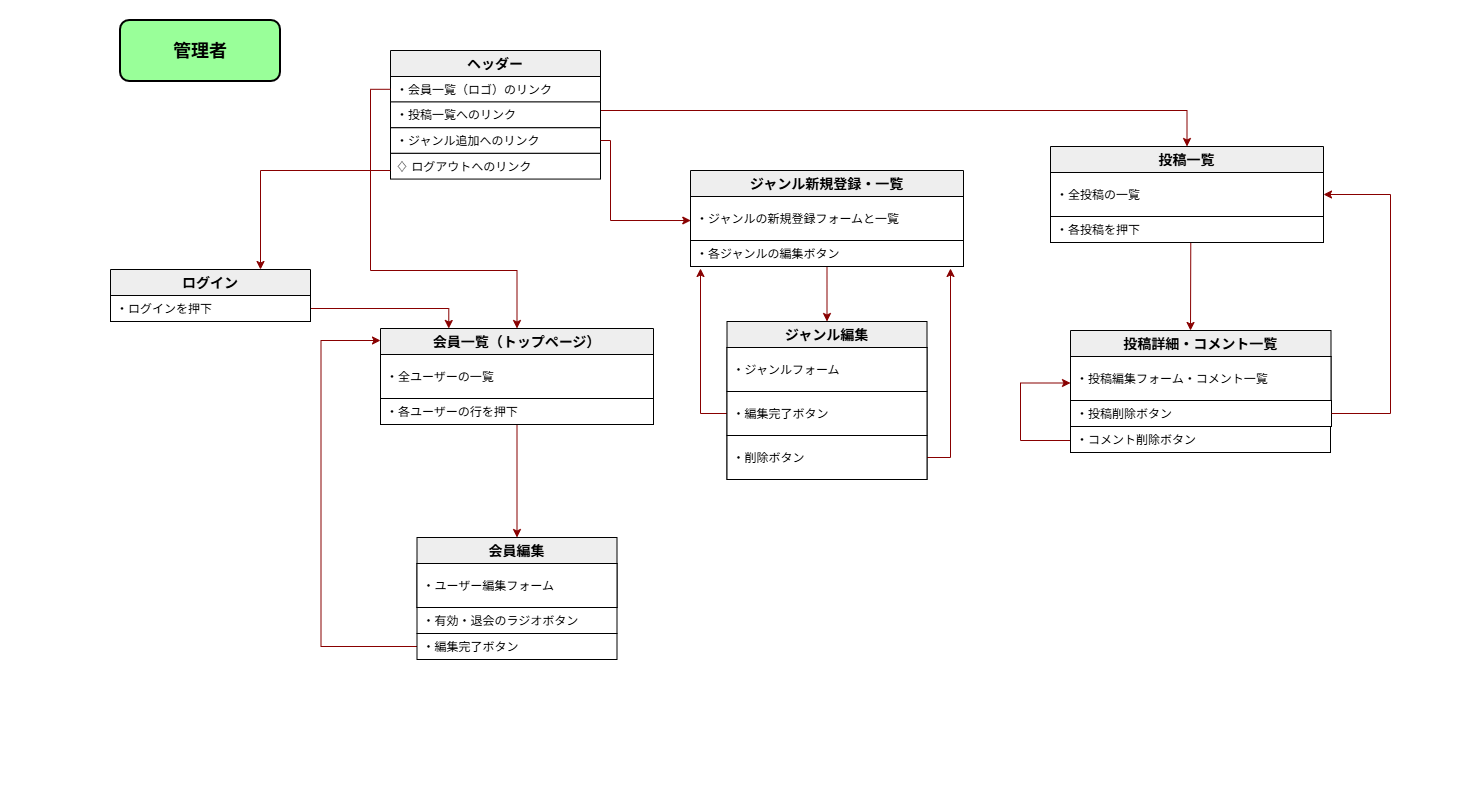
Earlier version of the draw.io export docs/images/UIFlows_管理者.drawio.png (zassi-17/GATS). Source tidied: cells renumbered, new cells last; positions are measured from the earlier drawing's top-left corner, leaving out a move shared by most shapes.
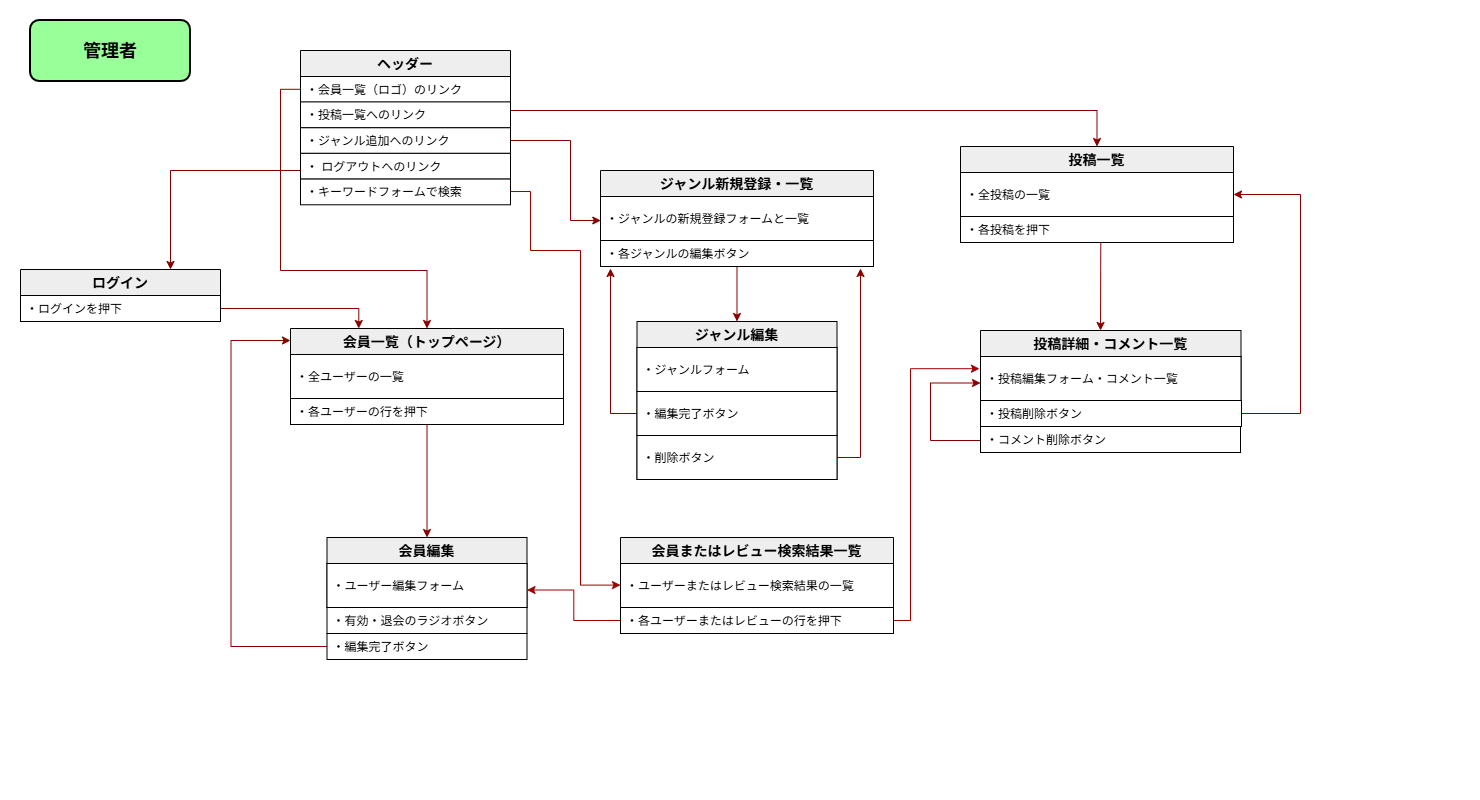
Later version of the same file.

Change to the diagram source:
```diff
@@ -3,7 +3,7 @@
     <mxCell id="0" />
     <mxCell id="1" parent="0" />
     <mxCell id="2" style="rounded=0;whiteSpace=wrap;html=1;fillColor=#fff;strokeColor=none;" parent="1" vertex="1">
-      <mxGeometry width="1480" height="800" as="geometry" />
+      <mxGeometry x="90" width="1480" height="800" as="geometry" />
     </mxCell>
     <mxCell id="3" value="&lt;b&gt;&lt;font style=&quot;font-size: 18px;&quot;&gt;管理者&lt;/font&gt;&lt;/b&gt;" style="rounded=1;whiteSpace=wrap;html=1;strokeColor=#000000;strokeWidth=2;fontSize=14;fillColor=#99FF99;" parent="1" vertex="1">
       <mxGeometry x="120" y="20" width="160" height="61" as="geometry" />
@@ -79,9 +79,12 @@
     <mxCell id="23" value="・投稿一覧へのリンク" style="text;align=left;verticalAlign=middle;spacingLeft=4;spacingRight=4;overflow=hidden;fillColor=#ffffff;strokeColor=#000000;" parent="19" vertex="1">
       <mxGeometry y="51.4" width="210" height="25.7" as="geometry" />
     </mxCell>
-    <mxCell id="24" value="♢ ログアウトへのリンク" style="text;align=left;verticalAlign=middle;spacingLeft=4;spacingRight=4;overflow=hidden;fillColor=#ffffff;strokeColor=#000000;" parent="19" vertex="1">
+    <mxCell id="24" value="・ ログアウトへのリンク" style="text;align=left;verticalAlign=middle;spacingLeft=4;spacingRight=4;overflow=hidden;fillColor=#ffffff;strokeColor=#000000;" parent="19" vertex="1">
       <mxGeometry y="102.9" width="210" height="25.7" as="geometry" />
     </mxCell>
+    <mxCell id="49" value="・キーワードフォームで検索" style="text;align=left;verticalAlign=middle;spacingLeft=4;spacingRight=4;overflow=hidden;fillColor=#ffffff;strokeColor=#000000;" parent="19" vertex="1">
+      <mxGeometry y="128.6" width="210" height="25.7" as="geometry" />
+    </mxCell>
     <mxCell id="25" style="edgeStyle=orthogonalEdgeStyle;rounded=0;orthogonalLoop=1;jettySize=auto;html=1;exitX=1;exitY=0.5;exitDx=0;exitDy=0;" parent="1" edge="1">
       <mxGeometry relative="1" as="geometry">
         <mxPoint x="600" y="235" as="sourcePoint" />
@@ -184,10 +187,42 @@
       <mxGeometry relative="1" as="geometry">
         <mxPoint x="690.3" y="220" as="targetPoint" />
         <Array as="points">
-          <mxPoint x="610" y="140" />
-          <mxPoint x="610" y="220" />
+          <mxPoint x="660" y="140" />
+          <mxPoint x="660" y="220" />
         </Array>
       </mxGeometry>
     </mxCell>
+    <mxCell id="50" value="会員またはレビュー検索結果一覧" style="swimlane;fontStyle=1;horizontal=1;startSize=26;strokeColor=#000000;strokeWidth=1;fillColor=#eee;fontSize=14;" parent="1" vertex="1">
+      <mxGeometry x="710" y="537" width="273" height="96" as="geometry" />
+    </mxCell>
+    <mxCell id="51" value="・ユーザーまたはレビュー検索結果の一覧" style="text;align=left;verticalAlign=middle;spacingLeft=4;spacingRight=4;overflow=hidden;fillColor=#ffffff;strokeColor=#000000;" parent="50" vertex="1">
+      <mxGeometry y="26" width="273" height="44" as="geometry" />
+    </mxCell>
+    <mxCell id="52" value="・各ユーザーまたはレビューの行を押下" style="text;align=left;verticalAlign=middle;spacingLeft=4;spacingRight=4;overflow=hidden;points=[[0,0.5],[1,0.5]];portConstraint=eastwest;fillColor=#ffffff;strokeColor=#000000;fontColor=#000000;" parent="50" vertex="1">
+      <mxGeometry y="70" width="273" height="26" as="geometry" />
+    </mxCell>
+    <mxCell id="53" style="edgeStyle=orthogonalEdgeStyle;rounded=0;orthogonalLoop=1;jettySize=auto;html=1;exitX=1;exitY=0.5;exitDx=0;exitDy=0;entryX=0;entryY=0.5;entryDx=0;entryDy=0;strokeColor=#990000;" parent="1" edge="1">
+      <mxGeometry relative="1" as="geometry">
+        <mxPoint x="600" y="191" as="sourcePoint" />
+        <mxPoint x="710" y="584.6" as="targetPoint" />
+        <Array as="points">
+          <mxPoint x="620" y="191" />
+          <mxPoint x="620" y="250" />
+          <mxPoint x="670" y="250" />
+          <mxPoint x="670" y="585" />
+        </Array>
+      </mxGeometry>
+    </mxCell>
+    <mxCell id="54" style="edgeStyle=orthogonalEdgeStyle;rounded=0;jettySize=auto;html=1;exitX=0;exitY=0.5;exitDx=0;exitDy=0;entryX=1;entryY=0.75;entryDx=0;entryDy=0;strokeColor=#990000;" parent="1" edge="1" source="52" target="10">
+      <mxGeometry relative="1" as="geometry" />
+    </mxCell>
+    <mxCell id="55" style="edgeStyle=orthogonalEdgeStyle;rounded=0;jettySize=auto;html=1;exitX=1;exitY=0.5;exitDx=0;exitDy=0;entryX=-0.004;entryY=0.277;entryDx=0;entryDy=0;entryPerimeter=0;strokeColor=#990000;" parent="1" edge="1" source="52" target="16">
+      <mxGeometry relative="1" as="geometry">
+        <Array as="points">
+          <mxPoint x="1000" y="620" />
+          <mxPoint x="1000" y="368" />
+        </Array>
+      </mxGeometry>
+    </mxCell>
   </root>
 </mxGraphModel>
```
